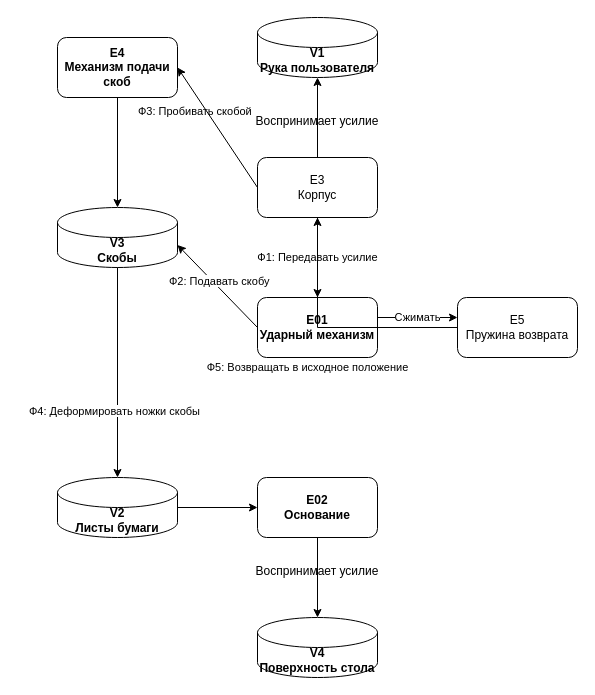
Before: Диаграмма без названия.drawio.xml in L1mon228RUS/hello, a draw.io diagram. Source tidied: cells renumbered, new cells numbered last; positions are measured from the earlier drawing's top-left corner, leaving out a move shared by most shapes. Both pictures are drawn from the tidied source at 100%, with x=0, y=0 at pixel (27, 17).
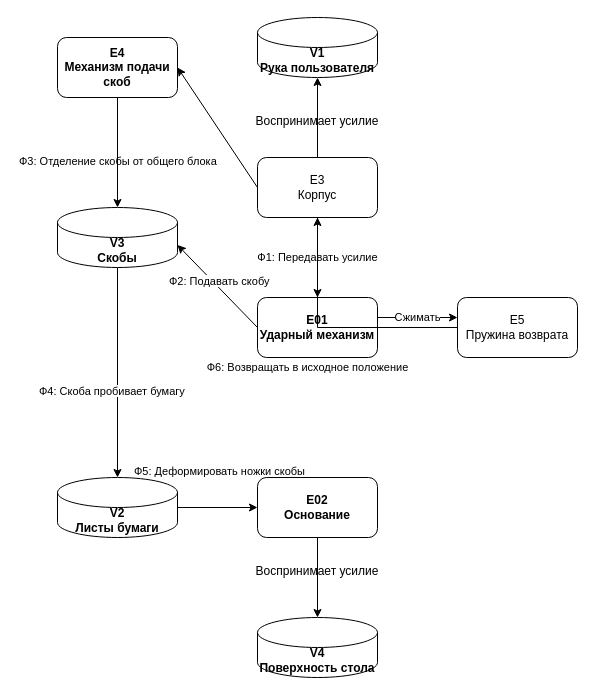
The same diagram, later.

The change refers to these unchanged cells:
```xml
<mxCell id="6" value="E3&lt;br&gt;Корпус" style="rounded=1;whiteSpace=wrap;html=1;" parent="1" vertex="1">
  <mxGeometry x="230" y="140" width="120" height="60" as="geometry" />
</mxCell>
<mxCell id="7" value="E5&lt;br&gt;Пружина возврата" style="rounded=1;whiteSpace=wrap;html=1;" parent="1" vertex="1">
  <mxGeometry x="430" y="280" width="120" height="60" as="geometry" />
</mxCell>
```

The edit, as a diff of the source:
```diff
@@
-    <mxCell id="16" value="Ф5: Возвращать в исходное положение" style="edgeStyle=orthogonalEdgeStyle;rounded=0;jettySize=auto;html=1;" parent="1" edge="1" source="7" target="6">
+    <mxCell id="16" value="Ф6: Возвращать в исходное положение" style="edgeStyle=orthogonalEdgeStyle;rounded=0;jettySize=auto;html=1;" parent="1" edge="1" source="7" target="6">
       <mxGeometry x="0.12" y="41" relative="1" as="geometry">
         <mxPoint x="31" y="40" as="offset" />
       </mxGeometry>
     </mxCell>
@@
-    <mxCell id="21" value="&lt;span style=&quot;color: rgb(0, 0, 0); font-family: Helvetica; font-size: 11px; font-style: normal; font-variant-ligatures: normal; font-variant-caps: normal; font-weight: 400; letter-spacing: normal; orphans: 2; text-align: center; text-indent: 0px; text-transform: none; widows: 2; word-spacing: 0px; -webkit-text-stroke-width: 0px; white-space: nowrap; background-color: rgb(255, 255, 255); text-decoration-thickness: initial; text-decoration-style: initial; text-decoration-color: initial; display: inline !important; float: none;&quot;&gt;Ф4: Деформировать ножки скобы&lt;/span&gt;" style="text;whiteSpace=wrap;html=1;" parent="1" vertex="1">
-      <mxGeometry y="380" width="200" height="40" as="geometry" />
+    <mxCell id="21" value="&lt;span style=&quot;color: rgb(0, 0, 0); font-family: Helvetica; font-size: 11px; font-style: normal; font-variant-ligatures: normal; font-variant-caps: normal; font-weight: 400; letter-spacing: normal; orphans: 2; text-align: center; text-indent: 0px; text-transform: none; widows: 2; word-spacing: 0px; -webkit-text-stroke-width: 0px; white-space: nowrap; background-color: rgb(255, 255, 255); text-decoration-thickness: initial; text-decoration-style: initial; text-decoration-color: initial; float: none; display: inline !important;&quot;&gt;Ф5: Деформировать ножки скобы&lt;/span&gt;" style="text;whiteSpace=wrap;html=1;" parent="1" vertex="1">
+      <mxGeometry x="105" y="440" width="200" height="40" as="geometry" />
     </mxCell>
-    <mxCell id="22" value="&lt;span style=&quot;color: rgb(0, 0, 0); font-family: Helvetica; font-size: 11px; font-style: normal; font-variant-ligatures: normal; font-variant-caps: normal; font-weight: 400; letter-spacing: normal; orphans: 2; text-align: center; text-indent: 0px; text-transform: none; widows: 2; word-spacing: 0px; -webkit-text-stroke-width: 0px; white-space: nowrap; background-color: rgb(255, 255, 255); text-decoration-thickness: initial; text-decoration-style: initial; text-decoration-color: initial; display: inline !important; float: none;&quot;&gt;Ф3: Пробивать скобой&lt;/span&gt;" style="text;whiteSpace=wrap;html=1;" parent="1" vertex="1">
-      <mxGeometry x="109" y="80" width="150" height="40" as="geometry" />
+    <mxCell id="22" value="&lt;span style=&quot;color: rgb(0, 0, 0); font-family: Helvetica; font-size: 11px; font-style: normal; font-variant-ligatures: normal; font-variant-caps: normal; font-weight: 400; letter-spacing: normal; orphans: 2; text-align: center; text-indent: 0px; text-transform: none; widows: 2; word-spacing: 0px; -webkit-text-stroke-width: 0px; white-space: nowrap; background-color: rgb(255, 255, 255); text-decoration-thickness: initial; text-decoration-style: initial; text-decoration-color: initial; float: none; display: inline !important;&quot;&gt;Ф3: Отделение скобы от общего блока&lt;/span&gt;" style="text;whiteSpace=wrap;html=1;" parent="1" vertex="1">
+      <mxGeometry x="-10" y="130" width="150" height="40" as="geometry" />
     </mxCell>
@@
+    <mxCell id="27" value="&lt;span style=&quot;color: rgb(0, 0, 0); font-family: Helvetica; font-size: 11px; font-style: normal; font-variant-ligatures: normal; font-variant-caps: normal; font-weight: 400; letter-spacing: normal; orphans: 2; text-align: center; text-indent: 0px; text-transform: none; widows: 2; word-spacing: 0px; -webkit-text-stroke-width: 0px; white-space: nowrap; background-color: rgb(255, 255, 255); text-decoration-thickness: initial; text-decoration-style: initial; text-decoration-color: initial; float: none; display: inline !important;&quot;&gt;Ф4&lt;/span&gt;&lt;span style=&quot;background-color: light-dark(rgb(255, 255, 255), rgb(18, 18, 18)); color: light-dark(rgb(0, 0, 0), rgb(237, 237, 237)); font-size: 11px; text-align: center; text-wrap-mode: nowrap;&quot;&gt;: Скоба пробивает бумагу&lt;/span&gt;" style="text;whiteSpace=wrap;html=1;" parent="1" vertex="1">
+      <mxGeometry x="10" y="360" width="200" height="40" as="geometry" />
+    </mxCell>
```
